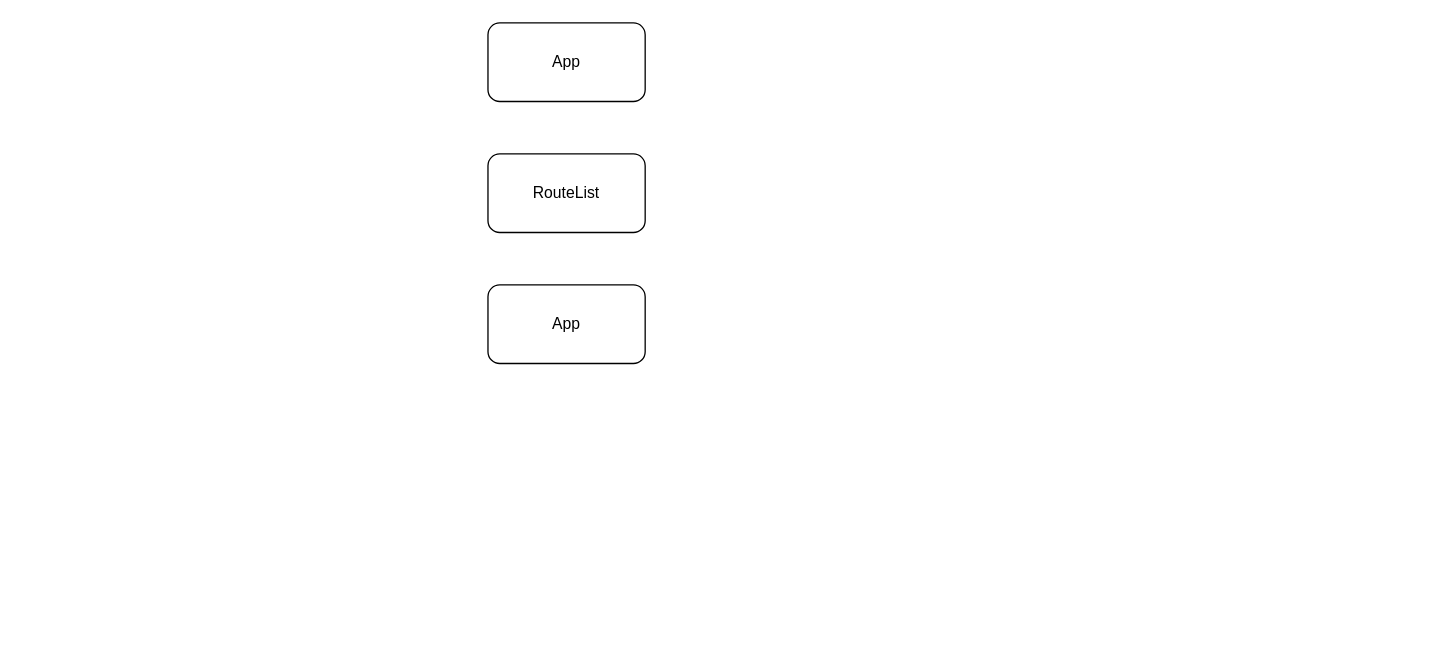
Earlier version of the draw.io diagram Untitled Diagram.drawio (nico-martinucci/recipeats-react). Source tidied: cells renumbered, new cells numbered last; positions are measured from the earlier drawing's top-left corner, leaving out a move shared by most shapes. Both pictures are drawn from the tidied source at 131%, with x=0, y=0 at pixel (487, 22).
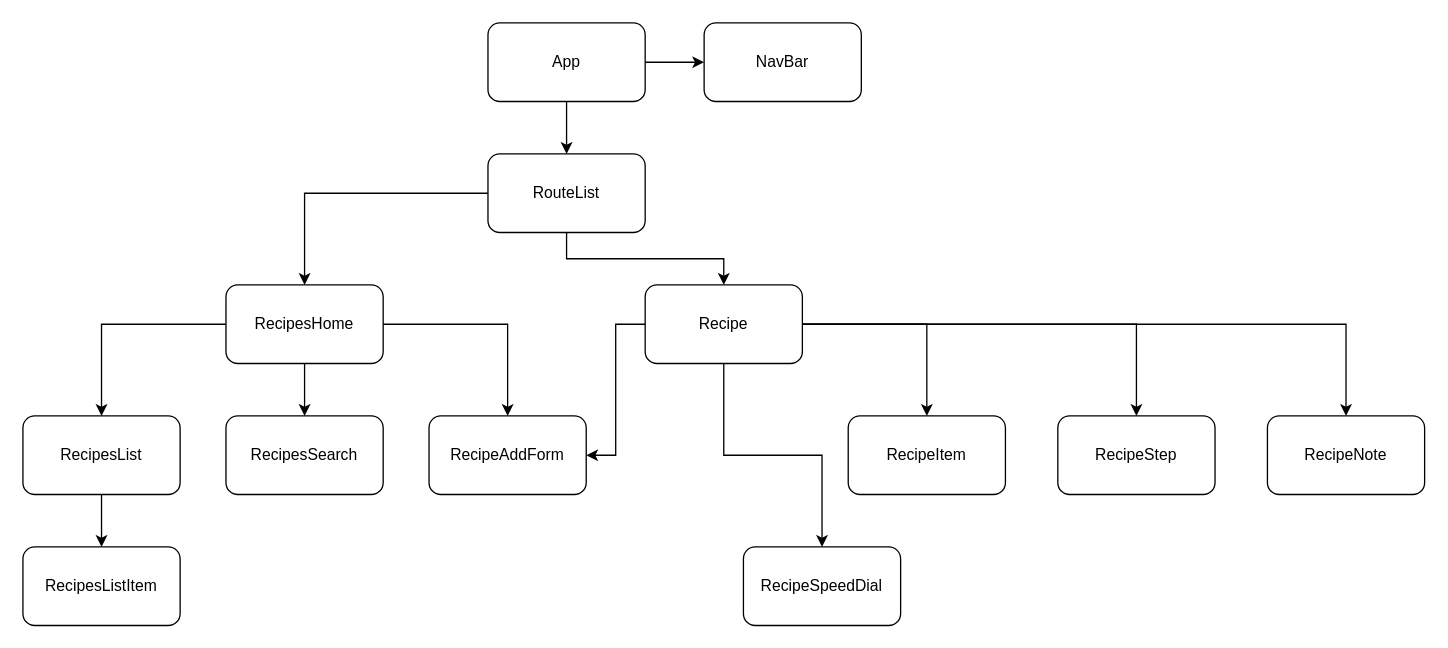
The same diagram, later.

Commit message:
update component diagram

Unchanged cells that the change refers to:
```xml
<mxCell id="2" value="App" style="rounded=1;whiteSpace=wrap;html=1;" parent="1" vertex="1">
  <mxGeometry width="120" height="60" as="geometry" />
</mxCell>
<mxCell id="3" value="RouteList" style="rounded=1;whiteSpace=wrap;html=1;" parent="1" vertex="1">
  <mxGeometry y="100" width="120" height="60" as="geometry" />
</mxCell>
```

The edit, as a diff of the source:
```diff
@@
+    <mxCell id="5" style="edgeStyle=orthogonalEdgeStyle;rounded=0;jettySize=auto;html=1;entryX=0.5;entryY=0;entryDx=0;entryDy=0;" parent="1" edge="1" source="2" target="3">
+      <mxGeometry relative="1" as="geometry" />
+    </mxCell>
+    <mxCell id="6" style="edgeStyle=orthogonalEdgeStyle;rounded=0;jettySize=auto;html=1;entryX=0;entryY=0.5;entryDx=0;entryDy=0;" parent="1" edge="1" source="2" target="26">
+      <mxGeometry relative="1" as="geometry" />
+    </mxCell>
@@
+    <mxCell id="7" style="edgeStyle=orthogonalEdgeStyle;rounded=0;jettySize=auto;html=1;entryX=0.5;entryY=0;entryDx=0;entryDy=0;" parent="1" edge="1" source="3" target="4">
+      <mxGeometry relative="1" as="geometry" />
+    </mxCell>
+    <mxCell id="8" style="edgeStyle=orthogonalEdgeStyle;rounded=0;jettySize=auto;html=1;" parent="1" edge="1" source="3" target="17">
+      <mxGeometry relative="1" as="geometry" />
+    </mxCell>
@@
+    <mxCell id="9" style="edgeStyle=orthogonalEdgeStyle;rounded=0;jettySize=auto;html=1;entryX=0.5;entryY=0;entryDx=0;entryDy=0;" parent="1" edge="1" source="4" target="18">
+      <mxGeometry relative="1" as="geometry" />
+    </mxCell>
+    <mxCell id="10" style="edgeStyle=orthogonalEdgeStyle;rounded=0;jettySize=auto;html=1;entryX=0.5;entryY=0;entryDx=0;entryDy=0;" parent="1" edge="1" source="4" target="20">
+      <mxGeometry relative="1" as="geometry" />
+    </mxCell>
+    <mxCell id="11" style="edgeStyle=orthogonalEdgeStyle;rounded=0;jettySize=auto;html=1;entryX=0.5;entryY=0;entryDx=0;entryDy=0;" parent="1" edge="1" source="4" target="21">
+      <mxGeometry relative="1" as="geometry" />
+    </mxCell>
-    <mxCell id="4" value="App" style="rounded=1;whiteSpace=wrap;html=1;" parent="1" vertex="1">
-      <mxGeometry y="200" width="120" height="60" as="geometry" />
+    <mxCell id="4" value="RecipesHome" style="rounded=1;whiteSpace=wrap;html=1;" parent="1" vertex="1">
+      <mxGeometry x="-200" y="200" width="120" height="60" as="geometry" />
     </mxCell>
+    <mxCell id="12" style="edgeStyle=orthogonalEdgeStyle;rounded=0;jettySize=auto;html=1;entryX=1;entryY=0.5;entryDx=0;entryDy=0;" parent="1" edge="1" source="17" target="21">
+      <mxGeometry relative="1" as="geometry" />
+    </mxCell>
+    <mxCell id="13" style="edgeStyle=orthogonalEdgeStyle;rounded=0;jettySize=auto;html=1;entryX=0.5;entryY=0;entryDx=0;entryDy=0;" parent="1" edge="1" source="17" target="23">
+      <mxGeometry relative="1" as="geometry" />
+    </mxCell>
+    <mxCell id="14" style="edgeStyle=orthogonalEdgeStyle;rounded=0;jettySize=auto;html=1;entryX=0.5;entryY=0;entryDx=0;entryDy=0;" parent="1" edge="1" source="17" target="24">
+      <mxGeometry relative="1" as="geometry" />
+    </mxCell>
+    <mxCell id="15" style="edgeStyle=orthogonalEdgeStyle;rounded=0;jettySize=auto;html=1;" parent="1" edge="1" source="17" target="25">
+      <mxGeometry relative="1" as="geometry" />
+    </mxCell>
+    <mxCell id="16" style="edgeStyle=orthogonalEdgeStyle;rounded=0;jettySize=auto;html=1;entryX=0.5;entryY=0;entryDx=0;entryDy=0;" parent="1" edge="1" source="17" target="27">
+      <mxGeometry relative="1" as="geometry" />
+    </mxCell>
+    <mxCell id="17" value="Recipe" style="rounded=1;whiteSpace=wrap;html=1;" parent="1" vertex="1">
+      <mxGeometry x="120" y="200" width="120" height="60" as="geometry" />
+    </mxCell>
+    <mxCell id="18" value="RecipesSearch" style="rounded=1;whiteSpace=wrap;html=1;" parent="1" vertex="1">
+      <mxGeometry x="-200" y="300" width="120" height="60" as="geometry" />
+    </mxCell>
+    <mxCell id="19" style="edgeStyle=orthogonalEdgeStyle;rounded=0;jettySize=auto;html=1;entryX=0.5;entryY=0;entryDx=0;entryDy=0;" parent="1" edge="1" source="20" target="22">
+      <mxGeometry relative="1" as="geometry" />
+    </mxCell>
+    <mxCell id="20" value="RecipesList" style="rounded=1;whiteSpace=wrap;html=1;" parent="1" vertex="1">
+      <mxGeometry x="-355" y="300" width="120" height="60" as="geometry" />
+    </mxCell>
+    <mxCell id="21" value="RecipeAddForm" style="rounded=1;whiteSpace=wrap;html=1;" parent="1" vertex="1">
+      <mxGeometry x="-45" y="300" width="120" height="60" as="geometry" />
+    </mxCell>
+    <mxCell id="22" value="RecipesListItem" style="rounded=1;whiteSpace=wrap;html=1;" parent="1" vertex="1">
+      <mxGeometry x="-355" y="400" width="120" height="60" as="geometry" />
+    </mxCell>
+    <mxCell id="23" value="RecipeItem" style="rounded=1;whiteSpace=wrap;html=1;" parent="1" vertex="1">
+      <mxGeometry x="275" y="300" width="120" height="60" as="geometry" />
+    </mxCell>
+    <mxCell id="24" value="RecipeStep" style="rounded=1;whiteSpace=wrap;html=1;" parent="1" vertex="1">
+      <mxGeometry x="435" y="300" width="120" height="60" as="geometry" />
+    </mxCell>
+    <mxCell id="25" value="RecipeNote" style="rounded=1;whiteSpace=wrap;html=1;" parent="1" vertex="1">
+      <mxGeometry x="595" y="300" width="120" height="60" as="geometry" />
+    </mxCell>
+    <mxCell id="26" value="NavBar" style="rounded=1;whiteSpace=wrap;html=1;" parent="1" vertex="1">
+      <mxGeometry x="165" width="120" height="60" as="geometry" />
+    </mxCell>
+    <mxCell id="27" value="RecipeSpeedDial" style="rounded=1;whiteSpace=wrap;html=1;" parent="1" vertex="1">
+      <mxGeometry x="195" y="400" width="120" height="60" as="geometry" />
+    </mxCell>
```
